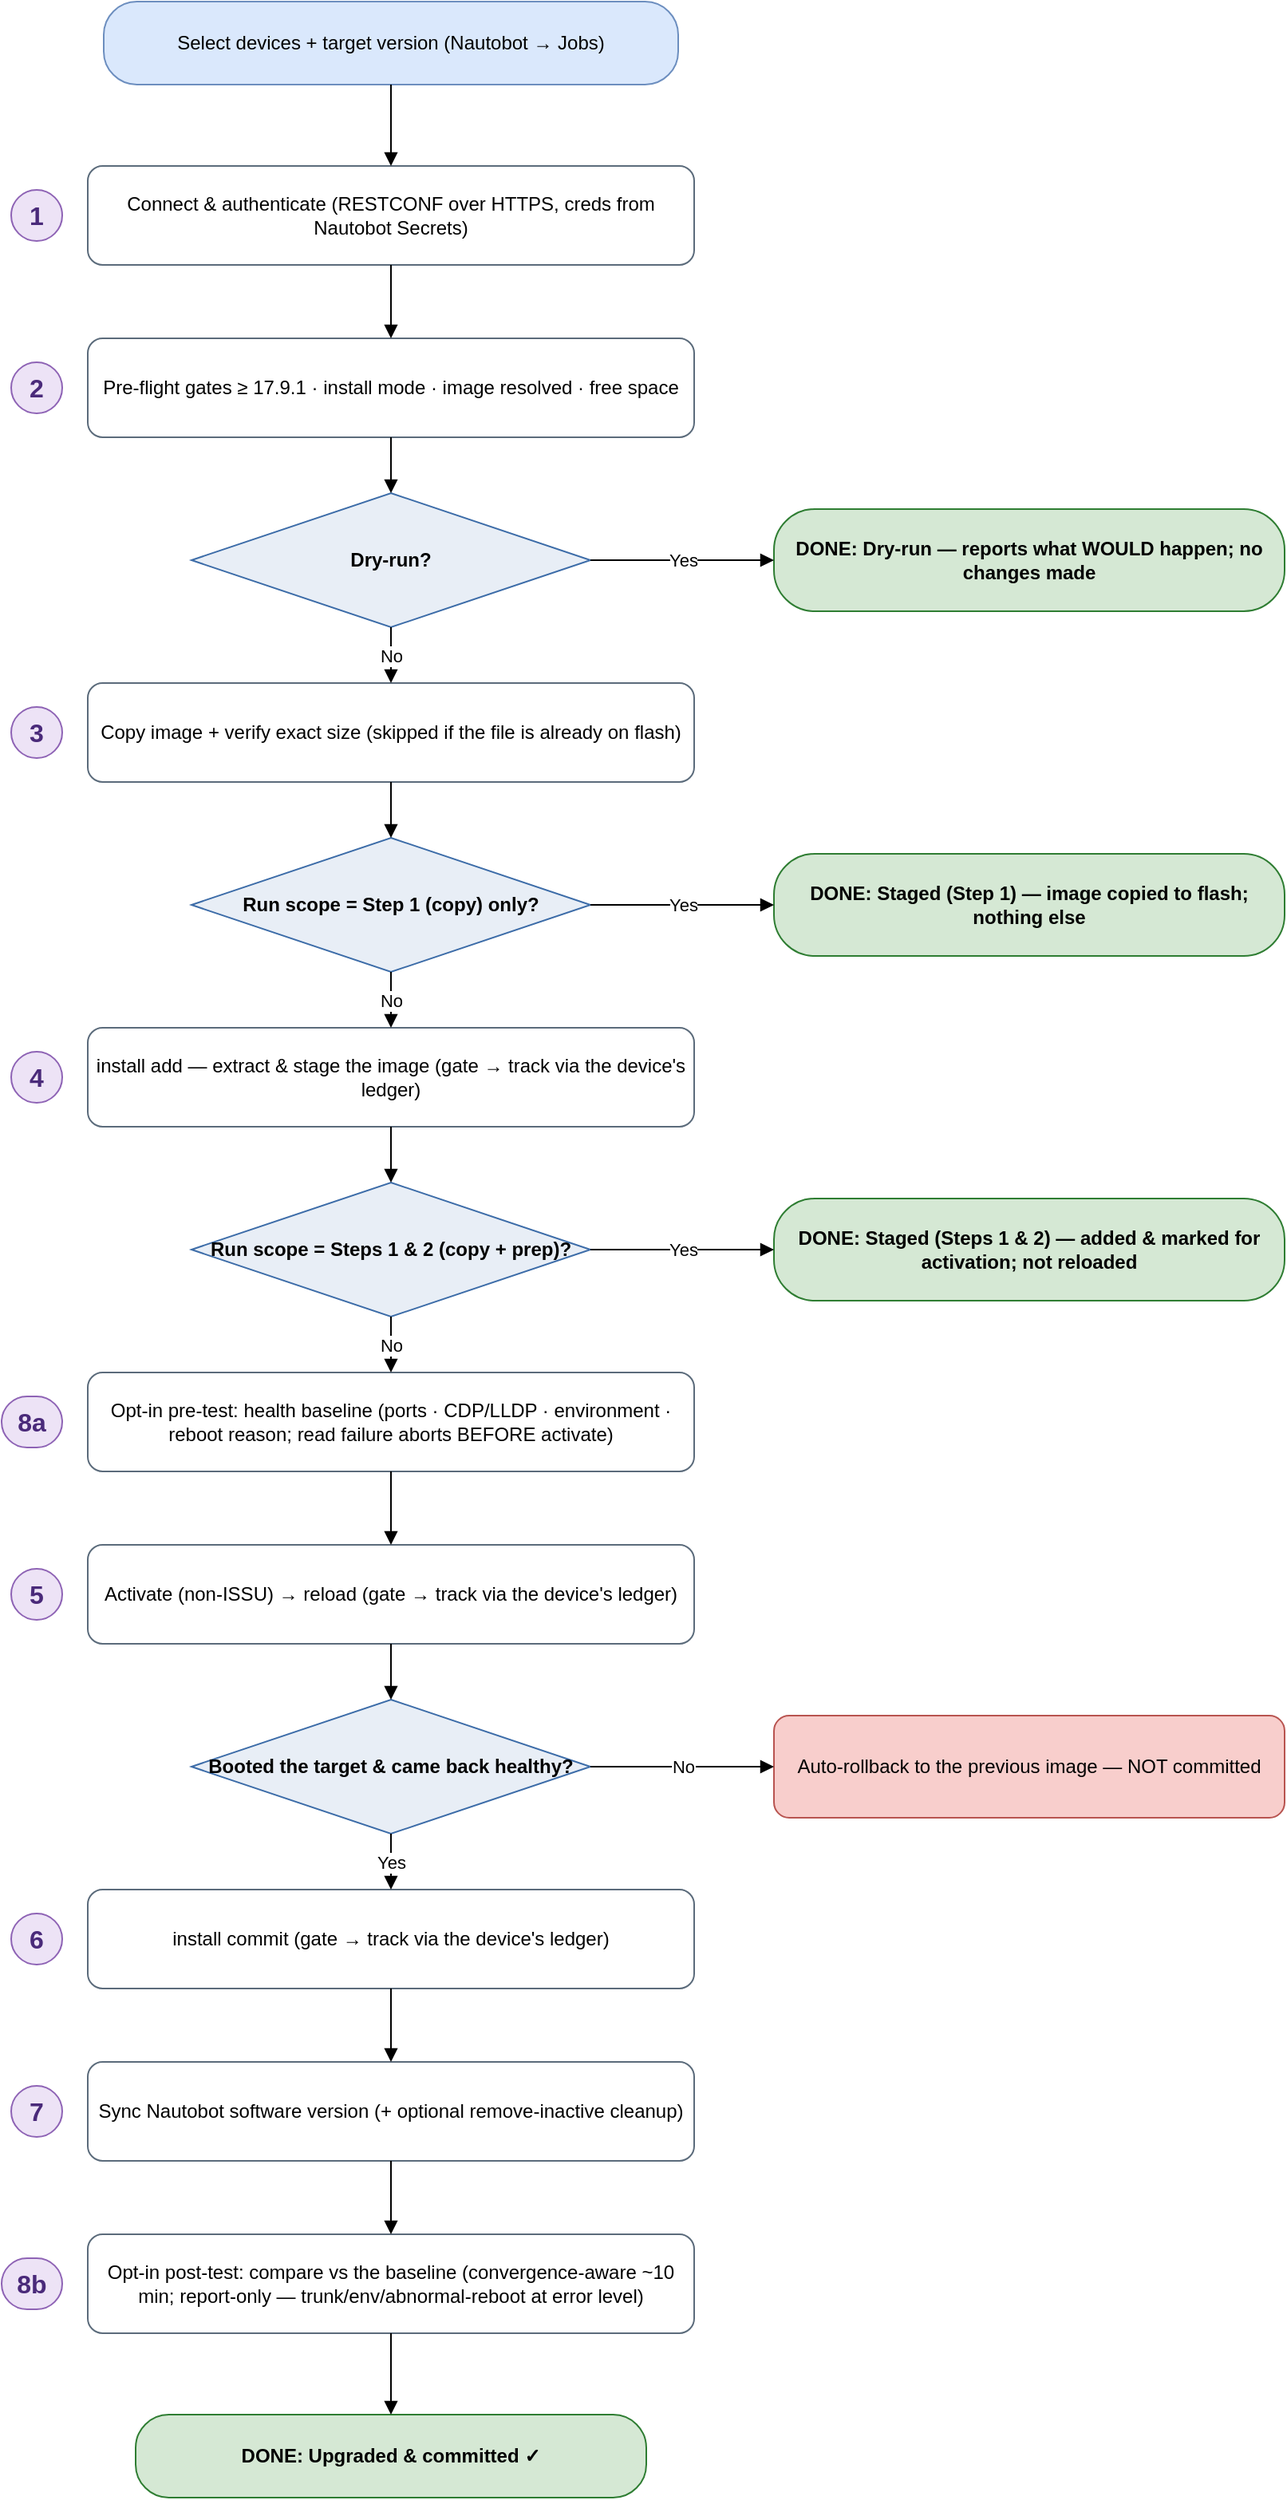
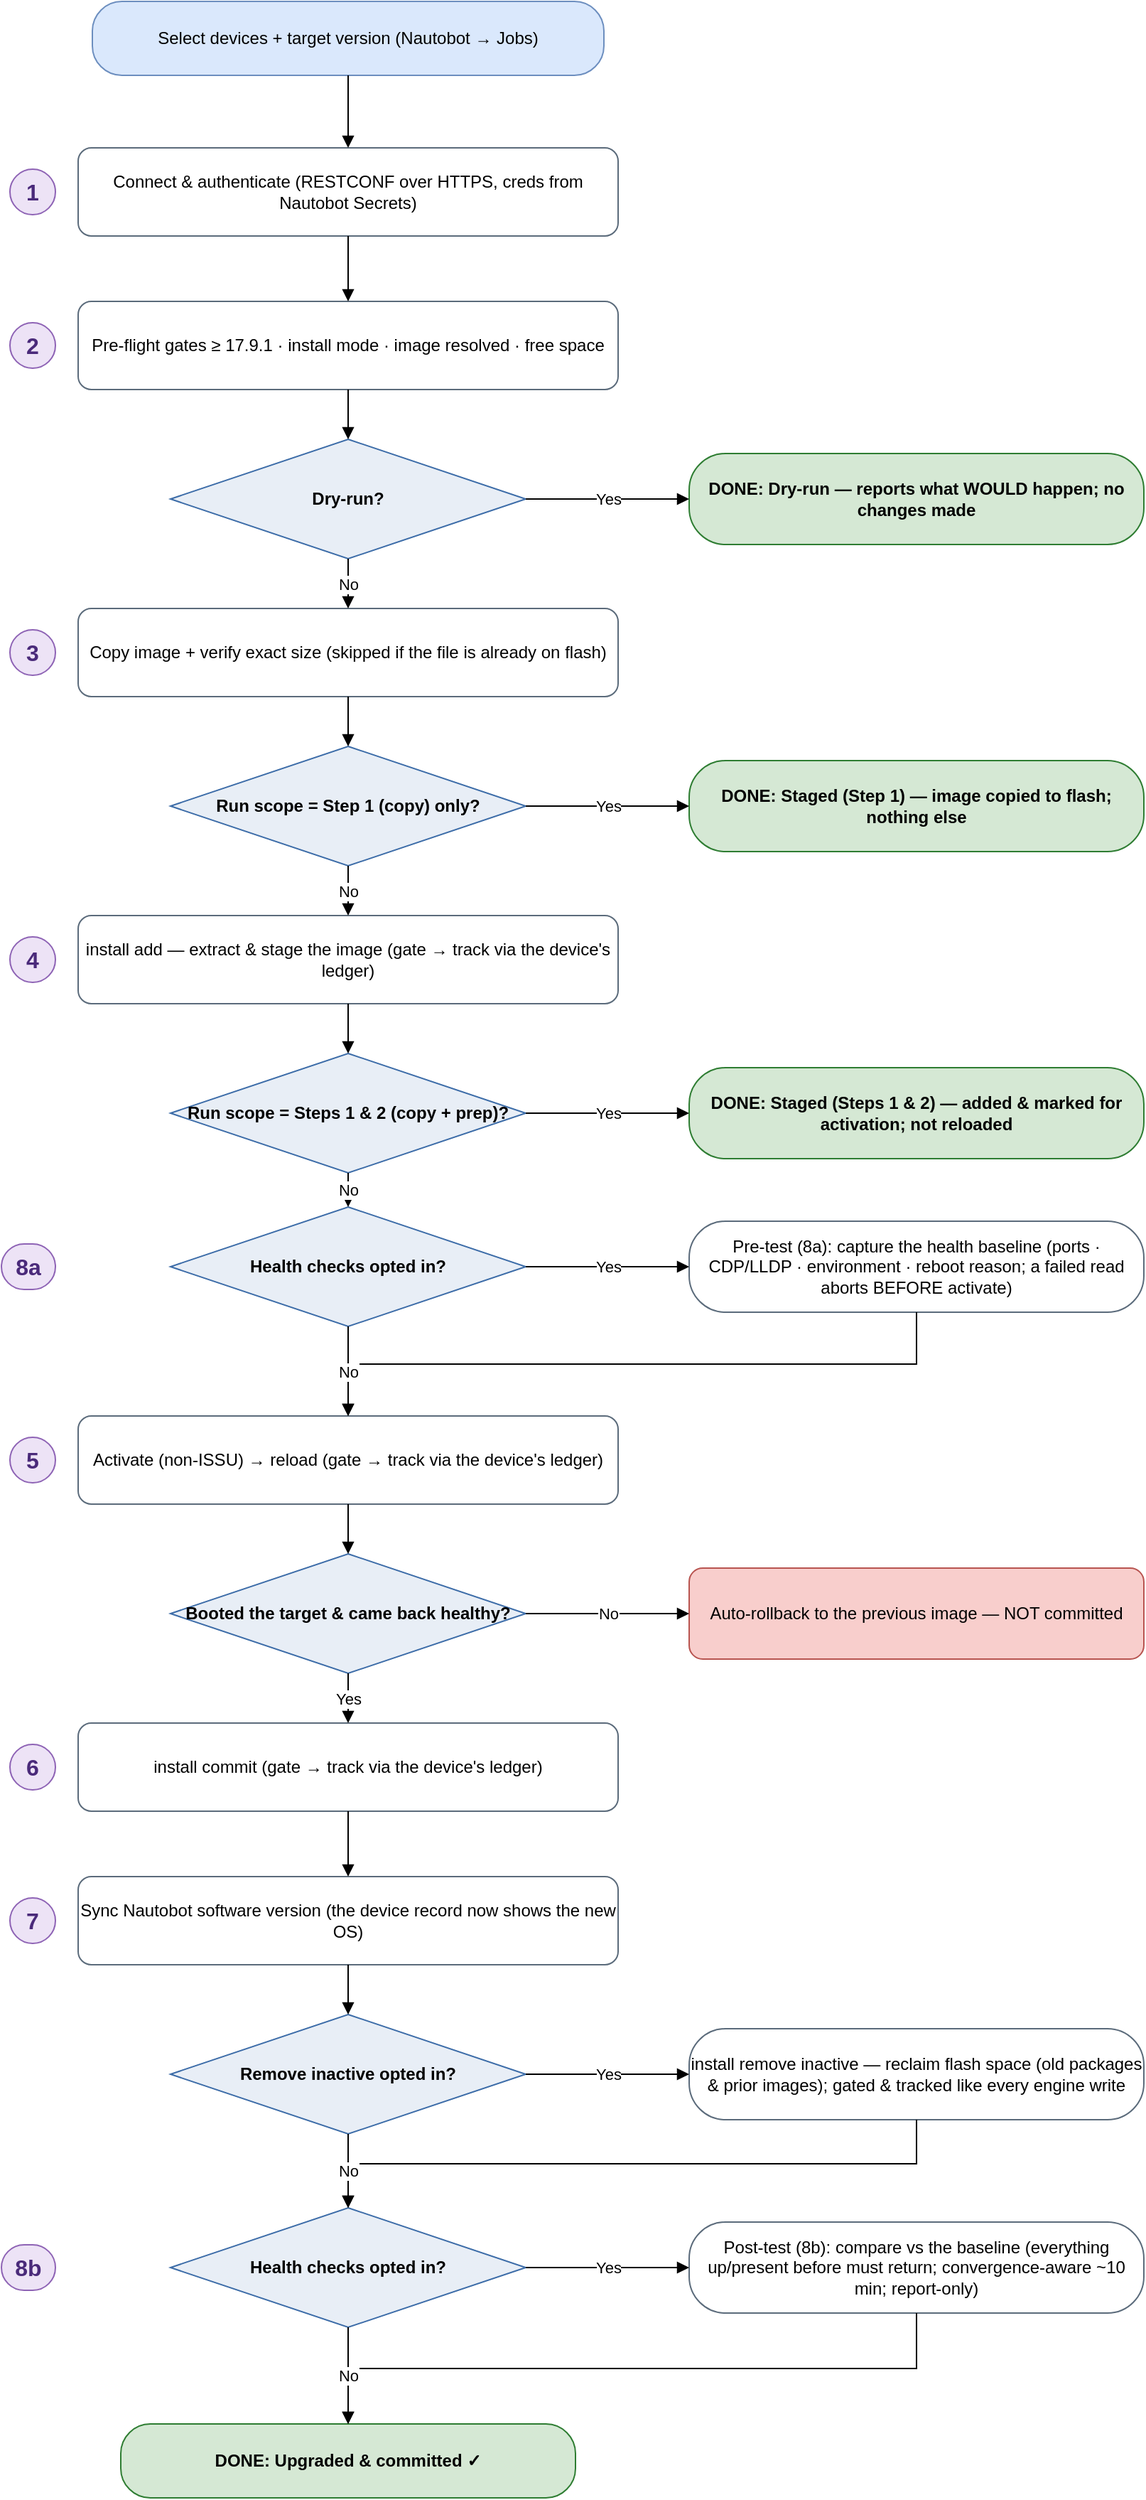
<mxfile host="app.diagrams.net" type="device">
  <diagram name="IOS-XE upgrade overview" id="iosxe-upgrade-overview">
    <mxGraphModel dx="1000" dy="1400" grid="1" gridSize="10" guides="1" tooltips="1"
        connect="1" arrows="1" fold="1" page="1" pageScale="1" math="0" shadow="0">
      <root>
        <mxCell id="0"/>
        <mxCell id="1" parent="0"/>
        <mxCell id="start" value="Select devices + target version&amp;#10;(Nautobot → Jobs)" style="rounded=1;arcSize=40;whiteSpace=wrap;html=1;fillColor=#DAE8FC;strokeColor=#6C8EBF;" vertex="1" parent="1"><mxGeometry x="160" y="52" width="360" height="52" as="geometry"/></mxCell>
        <mxCell id="connect" value="Connect &amp; authenticate&amp;#10;(RESTCONF over HTTPS, creds from Nautobot Secrets)" style="rounded=1;whiteSpace=wrap;html=1;fillColor=#FFFFFF;strokeColor=#5B6B7B;" vertex="1" parent="1"><mxGeometry x="150" y="155" width="380" height="62" as="geometry"/></mxCell>
        <mxCell id="gates" value="Pre-flight gates&amp;#10;≥ 17.9.1 · install mode · image resolved · free space" style="rounded=1;whiteSpace=wrap;html=1;fillColor=#FFFFFF;strokeColor=#5B6B7B;" vertex="1" parent="1"><mxGeometry x="150" y="263" width="380" height="62" as="geometry"/></mxCell>
        <mxCell id="d_dry" value="Dry-run?" style="rhombus;whiteSpace=wrap;html=1;fillColor=#E8EEF6;strokeColor=#3C6CA8;fontStyle=1;" vertex="1" parent="1"><mxGeometry x="215" y="360" width="250" height="84" as="geometry"/></mxCell>
        <mxCell id="copy" value="Copy image + verify exact size&amp;#10;(skipped if the file is already on flash)" style="rounded=1;whiteSpace=wrap;html=1;fillColor=#FFFFFF;strokeColor=#5B6B7B;" vertex="1" parent="1"><mxGeometry x="150" y="479" width="380" height="62" as="geometry"/></mxCell>
        <mxCell id="d_stagecopy" value="Run scope =&amp;#10;Step 1 (copy) only?" style="rhombus;whiteSpace=wrap;html=1;fillColor=#E8EEF6;strokeColor=#3C6CA8;fontStyle=1;" vertex="1" parent="1"><mxGeometry x="215" y="576" width="250" height="84" as="geometry"/></mxCell>
        <mxCell id="add" value="install add — extract &amp; stage the image&amp;#10;(gate → track via the device&#x27;s ledger)" style="rounded=1;whiteSpace=wrap;html=1;fillColor=#FFFFFF;strokeColor=#5B6B7B;" vertex="1" parent="1"><mxGeometry x="150" y="695" width="380" height="62" as="geometry"/></mxCell>
        <mxCell id="d_stageadd" value="Run scope =&amp;#10;Steps 1 &amp; 2&amp;#10;(copy + prep)?" style="rhombus;whiteSpace=wrap;html=1;fillColor=#E8EEF6;strokeColor=#3C6CA8;fontStyle=1;" vertex="1" parent="1"><mxGeometry x="215" y="792" width="250" height="84" as="geometry"/></mxCell>
-         <mxCell id="healthpre" value="Opt-in pre-test: health baseline&amp;#10;(ports · CDP/LLDP · environment · reboot&amp;#10;reason; read failure aborts BEFORE activate)" style="rounded=1;whiteSpace=wrap;html=1;fillColor=#FFFFFF;strokeColor=#5B6B7B;" vertex="1" parent="1"><mxGeometry x="150" y="911" width="380" height="62" as="geometry"/></mxCell>
-         <mxCell id="activate" value="Activate (non-ISSU) → reload&amp;#10;(gate → track via the device&#x27;s ledger)" style="rounded=1;whiteSpace=wrap;html=1;fillColor=#FFFFFF;strokeColor=#5B6B7B;" vertex="1" parent="1"><mxGeometry x="150" y="1019" width="380" height="62" as="geometry"/></mxCell>
-         <mxCell id="d_boot" value="Booted the target&amp;#10;&amp; came back healthy?" style="rhombus;whiteSpace=wrap;html=1;fillColor=#E8EEF6;strokeColor=#3C6CA8;fontStyle=1;" vertex="1" parent="1"><mxGeometry x="215" y="1116" width="250" height="84" as="geometry"/></mxCell>
-         <mxCell id="commit" value="install commit&amp;#10;(gate → track via the device&#x27;s ledger)" style="rounded=1;whiteSpace=wrap;html=1;fillColor=#FFFFFF;strokeColor=#5B6B7B;" vertex="1" parent="1"><mxGeometry x="150" y="1235" width="380" height="62" as="geometry"/></mxCell>
-         <mxCell id="sync" value="Sync Nautobot software version&amp;#10;(+ optional remove-inactive cleanup)" style="rounded=1;whiteSpace=wrap;html=1;fillColor=#FFFFFF;strokeColor=#5B6B7B;" vertex="1" parent="1"><mxGeometry x="150" y="1343" width="380" height="62" as="geometry"/></mxCell>
-         <mxCell id="healthpost" value="Opt-in post-test: compare vs the baseline&amp;#10;(convergence-aware ~10 min; report-only —&amp;#10;trunk/env/abnormal-reboot at error level)" style="rounded=1;whiteSpace=wrap;html=1;fillColor=#FFFFFF;strokeColor=#5B6B7B;" vertex="1" parent="1"><mxGeometry x="150" y="1451" width="380" height="62" as="geometry"/></mxCell>
-         <mxCell id="done" value="DONE: Upgraded &amp; committed ✓" style="rounded=1;arcSize=40;whiteSpace=wrap;html=1;fillColor=#D5E8D4;strokeColor=#2E7D32;fontStyle=1;" vertex="1" parent="1"><mxGeometry x="180" y="1564" width="320" height="52" as="geometry"/></mxCell>
+         <mxCell id="d_healthpre" value="Health checks&amp;#10;opted in?" style="rhombus;whiteSpace=wrap;html=1;fillColor=#E8EEF6;strokeColor=#3C6CA8;fontStyle=1;" vertex="1" parent="1"><mxGeometry x="215" y="900" width="250" height="84" as="geometry"/></mxCell>
+         <mxCell id="activate" value="Activate (non-ISSU) → reload&amp;#10;(gate → track via the device&#x27;s ledger)" style="rounded=1;whiteSpace=wrap;html=1;fillColor=#FFFFFF;strokeColor=#5B6B7B;" vertex="1" parent="1"><mxGeometry x="150" y="1047" width="380" height="62" as="geometry"/></mxCell>
+         <mxCell id="d_boot" value="Booted the target&amp;#10;&amp; came back healthy?" style="rhombus;whiteSpace=wrap;html=1;fillColor=#E8EEF6;strokeColor=#3C6CA8;fontStyle=1;" vertex="1" parent="1"><mxGeometry x="215" y="1144" width="250" height="84" as="geometry"/></mxCell>
+         <mxCell id="commit" value="install commit&amp;#10;(gate → track via the device&#x27;s ledger)" style="rounded=1;whiteSpace=wrap;html=1;fillColor=#FFFFFF;strokeColor=#5B6B7B;" vertex="1" parent="1"><mxGeometry x="150" y="1263" width="380" height="62" as="geometry"/></mxCell>
+         <mxCell id="sync" value="Sync Nautobot software version&amp;#10;(the device record now shows the new OS)" style="rounded=1;whiteSpace=wrap;html=1;fillColor=#FFFFFF;strokeColor=#5B6B7B;" vertex="1" parent="1"><mxGeometry x="150" y="1371" width="380" height="62" as="geometry"/></mxCell>
+         <mxCell id="d_cleanup" value="Remove inactive&amp;#10;opted in?" style="rhombus;whiteSpace=wrap;html=1;fillColor=#E8EEF6;strokeColor=#3C6CA8;fontStyle=1;" vertex="1" parent="1"><mxGeometry x="215" y="1468" width="250" height="84" as="geometry"/></mxCell>
+         <mxCell id="d_healthpost" value="Health checks&amp;#10;opted in?" style="rhombus;whiteSpace=wrap;html=1;fillColor=#E8EEF6;strokeColor=#3C6CA8;fontStyle=1;" vertex="1" parent="1"><mxGeometry x="215" y="1604" width="250" height="84" as="geometry"/></mxCell>
+         <mxCell id="done" value="DONE: Upgraded &amp; committed ✓" style="rounded=1;arcSize=40;whiteSpace=wrap;html=1;fillColor=#D5E8D4;strokeColor=#2E7D32;fontStyle=1;" vertex="1" parent="1"><mxGeometry x="180" y="1756" width="320" height="52" as="geometry"/></mxCell>
        <mxCell id="connect_tag" value="1" style="rounded=1;arcSize=50;whiteSpace=wrap;html=1;fillColor=#EDE3F6;strokeColor=#8E63B5;fontStyle=1;fontSize=16;fontColor=#4A2A7A;" vertex="1" parent="1"><mxGeometry x="102" y="170" width="32" height="32" as="geometry"/></mxCell>
        <mxCell id="gates_tag" value="2" style="rounded=1;arcSize=50;whiteSpace=wrap;html=1;fillColor=#EDE3F6;strokeColor=#8E63B5;fontStyle=1;fontSize=16;fontColor=#4A2A7A;" vertex="1" parent="1"><mxGeometry x="102" y="278" width="32" height="32" as="geometry"/></mxCell>
        <mxCell id="copy_tag" value="3" style="rounded=1;arcSize=50;whiteSpace=wrap;html=1;fillColor=#EDE3F6;strokeColor=#8E63B5;fontStyle=1;fontSize=16;fontColor=#4A2A7A;" vertex="1" parent="1"><mxGeometry x="102" y="494" width="32" height="32" as="geometry"/></mxCell>
        <mxCell id="add_tag" value="4" style="rounded=1;arcSize=50;whiteSpace=wrap;html=1;fillColor=#EDE3F6;strokeColor=#8E63B5;fontStyle=1;fontSize=16;fontColor=#4A2A7A;" vertex="1" parent="1"><mxGeometry x="102" y="710" width="32" height="32" as="geometry"/></mxCell>
-         <mxCell id="activate_tag" value="5" style="rounded=1;arcSize=50;whiteSpace=wrap;html=1;fillColor=#EDE3F6;strokeColor=#8E63B5;fontStyle=1;fontSize=16;fontColor=#4A2A7A;" vertex="1" parent="1"><mxGeometry x="102" y="1034" width="32" height="32" as="geometry"/></mxCell>
-         <mxCell id="commit_tag" value="6" style="rounded=1;arcSize=50;whiteSpace=wrap;html=1;fillColor=#EDE3F6;strokeColor=#8E63B5;fontStyle=1;fontSize=16;fontColor=#4A2A7A;" vertex="1" parent="1"><mxGeometry x="102" y="1250" width="32" height="32" as="geometry"/></mxCell>
-         <mxCell id="sync_tag" value="7" style="rounded=1;arcSize=50;whiteSpace=wrap;html=1;fillColor=#EDE3F6;strokeColor=#8E63B5;fontStyle=1;fontSize=16;fontColor=#4A2A7A;" vertex="1" parent="1"><mxGeometry x="102" y="1358" width="32" height="32" as="geometry"/></mxCell>
-         <mxCell id="healthpre_tag" value="8a" style="rounded=1;arcSize=50;whiteSpace=wrap;html=1;fillColor=#EDE3F6;strokeColor=#8E63B5;fontStyle=1;fontSize=16;fontColor=#4A2A7A;" vertex="1" parent="1"><mxGeometry x="96" y="926" width="38" height="32" as="geometry"/></mxCell>
-         <mxCell id="healthpost_tag" value="8b" style="rounded=1;arcSize=50;whiteSpace=wrap;html=1;fillColor=#EDE3F6;strokeColor=#8E63B5;fontStyle=1;fontSize=16;fontColor=#4A2A7A;" vertex="1" parent="1"><mxGeometry x="96" y="1466" width="38" height="32" as="geometry"/></mxCell>
+         <mxCell id="activate_tag" value="5" style="rounded=1;arcSize=50;whiteSpace=wrap;html=1;fillColor=#EDE3F6;strokeColor=#8E63B5;fontStyle=1;fontSize=16;fontColor=#4A2A7A;" vertex="1" parent="1"><mxGeometry x="102" y="1062" width="32" height="32" as="geometry"/></mxCell>
+         <mxCell id="commit_tag" value="6" style="rounded=1;arcSize=50;whiteSpace=wrap;html=1;fillColor=#EDE3F6;strokeColor=#8E63B5;fontStyle=1;fontSize=16;fontColor=#4A2A7A;" vertex="1" parent="1"><mxGeometry x="102" y="1278" width="32" height="32" as="geometry"/></mxCell>
+         <mxCell id="sync_tag" value="7" style="rounded=1;arcSize=50;whiteSpace=wrap;html=1;fillColor=#EDE3F6;strokeColor=#8E63B5;fontStyle=1;fontSize=16;fontColor=#4A2A7A;" vertex="1" parent="1"><mxGeometry x="102" y="1386" width="32" height="32" as="geometry"/></mxCell>
+         <mxCell id="d_healthpre_tag" value="8a" style="rounded=1;arcSize=50;whiteSpace=wrap;html=1;fillColor=#EDE3F6;strokeColor=#8E63B5;fontStyle=1;fontSize=16;fontColor=#4A2A7A;" vertex="1" parent="1"><mxGeometry x="96" y="926" width="38" height="32" as="geometry"/></mxCell>
+         <mxCell id="d_healthpost_tag" value="8b" style="rounded=1;arcSize=50;whiteSpace=wrap;html=1;fillColor=#EDE3F6;strokeColor=#8E63B5;fontStyle=1;fontSize=16;fontColor=#4A2A7A;" vertex="1" parent="1"><mxGeometry x="96" y="1630" width="38" height="32" as="geometry"/></mxCell>
        <mxCell id="d_dry_term" value="DONE: Dry-run — reports what&amp;#10;WOULD happen; no changes made" style="rounded=1;arcSize=40;whiteSpace=wrap;html=1;fillColor=#D5E8D4;strokeColor=#2E7D32;fontStyle=1;" vertex="1" parent="1"><mxGeometry x="580" y="370" width="320" height="64" as="geometry"/></mxCell>
        <mxCell id="d_stagecopy_term" value="DONE: Staged (Step 1) — image&amp;#10;copied to flash; nothing else" style="rounded=1;arcSize=40;whiteSpace=wrap;html=1;fillColor=#D5E8D4;strokeColor=#2E7D32;fontStyle=1;" vertex="1" parent="1"><mxGeometry x="580" y="586" width="320" height="64" as="geometry"/></mxCell>
        <mxCell id="d_stageadd_term" value="DONE: Staged (Steps 1 &amp; 2) — added&amp;#10;&amp; marked for activation; not reloaded" style="rounded=1;arcSize=40;whiteSpace=wrap;html=1;fillColor=#D5E8D4;strokeColor=#2E7D32;fontStyle=1;" vertex="1" parent="1"><mxGeometry x="580" y="802" width="320" height="64" as="geometry"/></mxCell>
-         <mxCell id="d_boot_term" value="Auto-rollback to the previous&amp;#10;image — NOT committed" style="rounded=1;whiteSpace=wrap;html=1;fillColor=#F8CECC;strokeColor=#B85450;" vertex="1" parent="1"><mxGeometry x="580" y="1126" width="320" height="64" as="geometry"/></mxCell>
+         <mxCell id="d_healthpre_term" value="Pre-test (8a): capture the health baseline&amp;#10;(ports · CDP/LLDP · environment · reboot&amp;#10;reason; a failed read aborts BEFORE activate)" style="rounded=1;arcSize=40;whiteSpace=wrap;html=1;fillColor=#FFFFFF;strokeColor=#5B6B7B;" vertex="1" parent="1"><mxGeometry x="580" y="910" width="320" height="64" as="geometry"/></mxCell>
+         <mxCell id="d_boot_term" value="Auto-rollback to the previous&amp;#10;image — NOT committed" style="rounded=1;whiteSpace=wrap;html=1;fillColor=#F8CECC;strokeColor=#B85450;" vertex="1" parent="1"><mxGeometry x="580" y="1154" width="320" height="64" as="geometry"/></mxCell>
+         <mxCell id="d_cleanup_term" value="install remove inactive — reclaim flash&amp;#10;space (old packages &amp; prior images);&amp;#10;gated &amp; tracked like every engine write" style="rounded=1;arcSize=40;whiteSpace=wrap;html=1;fillColor=#FFFFFF;strokeColor=#5B6B7B;" vertex="1" parent="1"><mxGeometry x="580" y="1478" width="320" height="64" as="geometry"/></mxCell>
+         <mxCell id="d_healthpost_term" value="Post-test (8b): compare vs the baseline&amp;#10;(everything up/present before must return;&amp;#10;convergence-aware ~10 min; report-only)" style="rounded=1;arcSize=40;whiteSpace=wrap;html=1;fillColor=#FFFFFF;strokeColor=#5B6B7B;" vertex="1" parent="1"><mxGeometry x="580" y="1614" width="320" height="64" as="geometry"/></mxCell>
        <mxCell id="e_d_dry_term" value="Yes" style="edgeStyle=orthogonalEdgeStyle;rounded=0;html=1;endArrow=block;" edge="1" parent="1" source="d_dry" target="d_dry_term"><mxGeometry relative="1" as="geometry"/></mxCell>
        <mxCell id="e_d_stagecopy_term" value="Yes" style="edgeStyle=orthogonalEdgeStyle;rounded=0;html=1;endArrow=block;" edge="1" parent="1" source="d_stagecopy" target="d_stagecopy_term"><mxGeometry relative="1" as="geometry"/></mxCell>
        <mxCell id="e_d_stageadd_term" value="Yes" style="edgeStyle=orthogonalEdgeStyle;rounded=0;html=1;endArrow=block;" edge="1" parent="1" source="d_stageadd" target="d_stageadd_term"><mxGeometry relative="1" as="geometry"/></mxCell>
+         <mxCell id="e_d_healthpre_term" value="Yes" style="edgeStyle=orthogonalEdgeStyle;rounded=0;html=1;endArrow=block;" edge="1" parent="1" source="d_healthpre" target="d_healthpre_term"><mxGeometry relative="1" as="geometry"/></mxCell>
+         <mxCell id="e_d_healthpre_term_rejoin" value="" style="edgeStyle=orthogonalEdgeStyle;rounded=0;html=1;endArrow=block;exitX=0.5;exitY=1;exitDx=0;exitDy=0;" edge="1" parent="1" source="d_healthpre_term" target="activate"><mxGeometry relative="1" as="geometry"/></mxCell>
        <mxCell id="e_d_boot_term" value="No" style="edgeStyle=orthogonalEdgeStyle;rounded=0;html=1;endArrow=block;" edge="1" parent="1" source="d_boot" target="d_boot_term"><mxGeometry relative="1" as="geometry"/></mxCell>
+         <mxCell id="e_d_cleanup_term" value="Yes" style="edgeStyle=orthogonalEdgeStyle;rounded=0;html=1;endArrow=block;" edge="1" parent="1" source="d_cleanup" target="d_cleanup_term"><mxGeometry relative="1" as="geometry"/></mxCell>
+         <mxCell id="e_d_cleanup_term_rejoin" value="" style="edgeStyle=orthogonalEdgeStyle;rounded=0;html=1;endArrow=block;exitX=0.5;exitY=1;exitDx=0;exitDy=0;" edge="1" parent="1" source="d_cleanup_term" target="d_healthpost"><mxGeometry relative="1" as="geometry"/></mxCell>
+         <mxCell id="e_d_healthpost_term" value="Yes" style="edgeStyle=orthogonalEdgeStyle;rounded=0;html=1;endArrow=block;" edge="1" parent="1" source="d_healthpost" target="d_healthpost_term"><mxGeometry relative="1" as="geometry"/></mxCell>
+         <mxCell id="e_d_healthpost_term_rejoin" value="" style="edgeStyle=orthogonalEdgeStyle;rounded=0;html=1;endArrow=block;exitX=0.5;exitY=1;exitDx=0;exitDy=0;" edge="1" parent="1" source="d_healthpost_term" target="done"><mxGeometry relative="1" as="geometry"/></mxCell>
        <mxCell id="e_start_connect" value="" style="edgeStyle=orthogonalEdgeStyle;rounded=0;html=1;endArrow=block;" edge="1" parent="1" source="start" target="connect"><mxGeometry relative="1" as="geometry"/></mxCell>
        <mxCell id="e_connect_gates" value="" style="edgeStyle=orthogonalEdgeStyle;rounded=0;html=1;endArrow=block;" edge="1" parent="1" source="connect" target="gates"><mxGeometry relative="1" as="geometry"/></mxCell>
        <mxCell id="e_gates_d_dry" value="" style="edgeStyle=orthogonalEdgeStyle;rounded=0;html=1;endArrow=block;" edge="1" parent="1" source="gates" target="d_dry"><mxGeometry relative="1" as="geometry"/></mxCell>
        <mxCell id="e_d_dry_copy" value="No" style="edgeStyle=orthogonalEdgeStyle;rounded=0;html=1;endArrow=block;" edge="1" parent="1" source="d_dry" target="copy"><mxGeometry relative="1" as="geometry"/></mxCell>
        <mxCell id="e_copy_d_stagecopy" value="" style="edgeStyle=orthogonalEdgeStyle;rounded=0;html=1;endArrow=block;" edge="1" parent="1" source="copy" target="d_stagecopy"><mxGeometry relative="1" as="geometry"/></mxCell>
        <mxCell id="e_d_stagecopy_add" value="No" style="edgeStyle=orthogonalEdgeStyle;rounded=0;html=1;endArrow=block;" edge="1" parent="1" source="d_stagecopy" target="add"><mxGeometry relative="1" as="geometry"/></mxCell>
        <mxCell id="e_add_d_stageadd" value="" style="edgeStyle=orthogonalEdgeStyle;rounded=0;html=1;endArrow=block;" edge="1" parent="1" source="add" target="d_stageadd"><mxGeometry relative="1" as="geometry"/></mxCell>
-         <mxCell id="e_d_stageadd_healthpre" value="No" style="edgeStyle=orthogonalEdgeStyle;rounded=0;html=1;endArrow=block;" edge="1" parent="1" source="d_stageadd" target="healthpre"><mxGeometry relative="1" as="geometry"/></mxCell>
-         <mxCell id="e_healthpre_activate" value="" style="edgeStyle=orthogonalEdgeStyle;rounded=0;html=1;endArrow=block;" edge="1" parent="1" source="healthpre" target="activate"><mxGeometry relative="1" as="geometry"/></mxCell>
+         <mxCell id="e_d_stageadd_d_healthpre" value="No" style="edgeStyle=orthogonalEdgeStyle;rounded=0;html=1;endArrow=block;" edge="1" parent="1" source="d_stageadd" target="d_healthpre"><mxGeometry relative="1" as="geometry"/></mxCell>
+         <mxCell id="e_d_healthpre_activate" value="No" style="edgeStyle=orthogonalEdgeStyle;rounded=0;html=1;endArrow=block;" edge="1" parent="1" source="d_healthpre" target="activate"><mxGeometry relative="1" as="geometry"/></mxCell>
        <mxCell id="e_activate_d_boot" value="" style="edgeStyle=orthogonalEdgeStyle;rounded=0;html=1;endArrow=block;" edge="1" parent="1" source="activate" target="d_boot"><mxGeometry relative="1" as="geometry"/></mxCell>
        <mxCell id="e_d_boot_commit" value="Yes" style="edgeStyle=orthogonalEdgeStyle;rounded=0;html=1;endArrow=block;" edge="1" parent="1" source="d_boot" target="commit"><mxGeometry relative="1" as="geometry"/></mxCell>
        <mxCell id="e_commit_sync" value="" style="edgeStyle=orthogonalEdgeStyle;rounded=0;html=1;endArrow=block;" edge="1" parent="1" source="commit" target="sync"><mxGeometry relative="1" as="geometry"/></mxCell>
-         <mxCell id="e_sync_healthpost" value="" style="edgeStyle=orthogonalEdgeStyle;rounded=0;html=1;endArrow=block;" edge="1" parent="1" source="sync" target="healthpost"><mxGeometry relative="1" as="geometry"/></mxCell>
-         <mxCell id="e_healthpost_done" value="" style="edgeStyle=orthogonalEdgeStyle;rounded=0;html=1;endArrow=block;" edge="1" parent="1" source="healthpost" target="done"><mxGeometry relative="1" as="geometry"/></mxCell>
+         <mxCell id="e_sync_d_cleanup" value="" style="edgeStyle=orthogonalEdgeStyle;rounded=0;html=1;endArrow=block;" edge="1" parent="1" source="sync" target="d_cleanup"><mxGeometry relative="1" as="geometry"/></mxCell>
+         <mxCell id="e_d_cleanup_d_healthpost" value="No" style="edgeStyle=orthogonalEdgeStyle;rounded=0;html=1;endArrow=block;" edge="1" parent="1" source="d_cleanup" target="d_healthpost"><mxGeometry relative="1" as="geometry"/></mxCell>
+         <mxCell id="e_d_healthpost_done" value="No" style="edgeStyle=orthogonalEdgeStyle;rounded=0;html=1;endArrow=block;" edge="1" parent="1" source="d_healthpost" target="done"><mxGeometry relative="1" as="geometry"/></mxCell>
      </root>
    </mxGraphModel>
  </diagram>
</mxfile>
